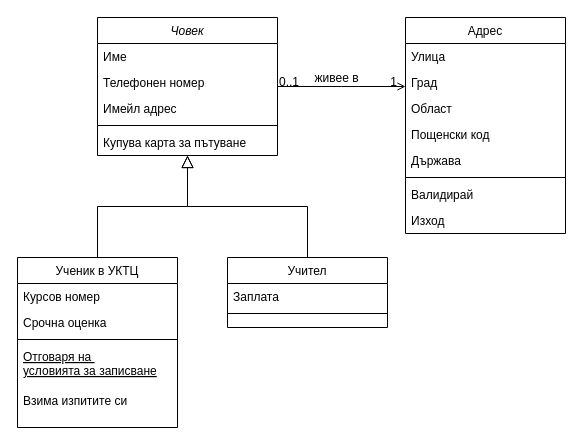
This is design/diagrams/use case/Екскурзия.drawio from velislav19407/Airline-ticket-Management-System, a draw.io file, before an edit. Source tidied: cells renumbered, new cells numbered last; positions are measured from the earlier drawing's top-left corner, leaving out a move shared by most shapes. Both pictures are drawn from the tidied source at 100%, with x=0, y=0 at pixel (17, 17).
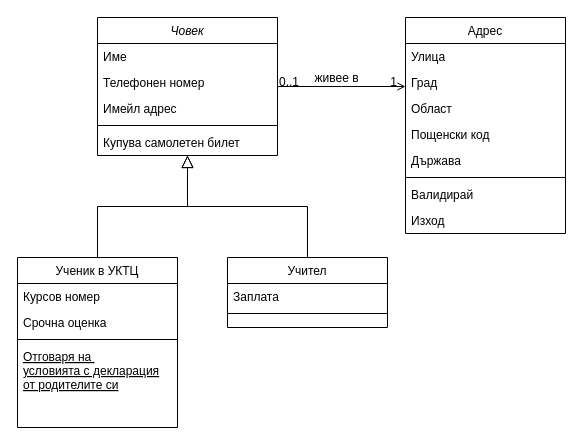
Above is the later version.

The change refers to these unchanged cells:
```xml
<mxCell id="2" value="Човек" style="swimlane;fontStyle=2;align=center;verticalAlign=top;horizontal=1;startSize=26;rounded=0;shadow=0;strokeWidth=1;" parent="1" vertex="1">
  <mxGeometry x="80" width="180" height="138" as="geometry" />
</mxCell>
<mxCell id="8" value="Ученик в УКТЦ" style="swimlane;fontStyle=0;align=center;verticalAlign=top;horizontal=1;startSize=26;rounded=0;shadow=0;strokeWidth=1;" parent="1" vertex="1">
  <mxGeometry y="240" width="160" height="170" as="geometry" />
</mxCell>
```

Diff of the diagram source:
```diff
@@
-    <mxCell id="7" value="Купува карта за пътуване" style="text;align=left;verticalAlign=top;spacingLeft=4;spacingRight=4;overflow=hidden;" parent="2" vertex="1">
+    <mxCell id="7" value="Купува самолетен билет" style="text;align=left;verticalAlign=top;spacingLeft=4;spacingRight=4;overflow=hidden;" parent="2" vertex="1">
       <mxGeometry y="112" width="180" height="26" as="geometry" />
     </mxCell>
@@
-    <mxCell id="12" value="Отговаря на &#10;условията за записване" style="text;align=left;verticalAlign=top;spacingLeft=4;spacingRight=4;overflow=hidden;fontStyle=4;" parent="8" vertex="1">
+    <mxCell id="12" value="Отговаря на &#10;условията с декларация&#10;от родителите си&#10;" style="text;align=left;verticalAlign=top;spacingLeft=4;spacingRight=4;overflow=hidden;fontStyle=4;" parent="8" vertex="1">
       <mxGeometry y="86" width="160" height="44" as="geometry" />
     </mxCell>
-    <mxCell id="13" value="Взима изпитите си" style="text;align=left;verticalAlign=top;spacingLeft=4;spacingRight=4;overflow=hidden;" parent="8" vertex="1">
-      <mxGeometry y="130" width="160" height="30" as="geometry" />
-    </mxCell>
```
